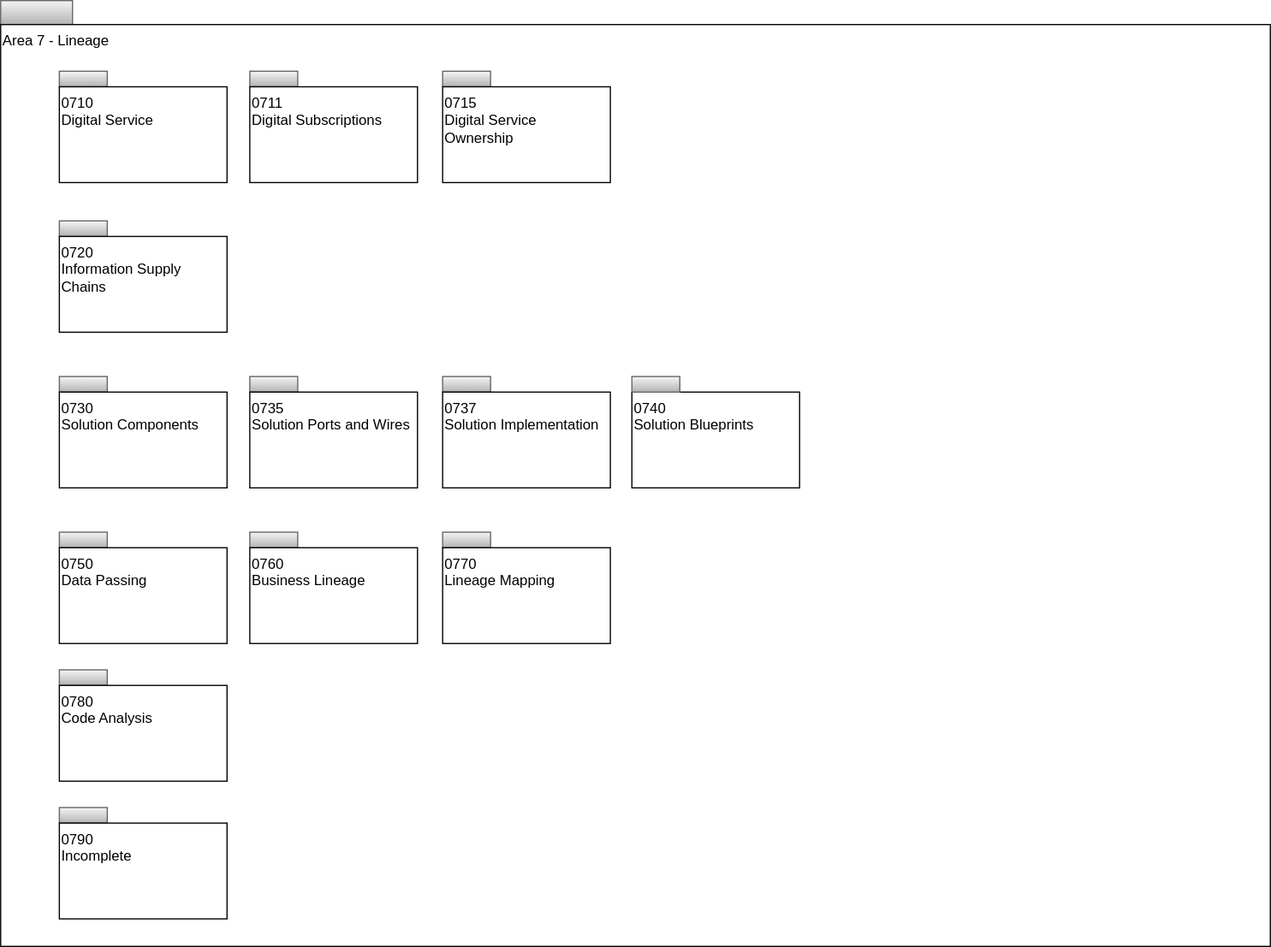
Above: site/docs/types/7/area-7-lineage-overview.svg in odpi/egeria-docs (draw.io), before the change. Source tidied: cells renumbered, new cells last; positions are measured from the earlier drawing's top-left corner, leaving out a move shared by most shapes.
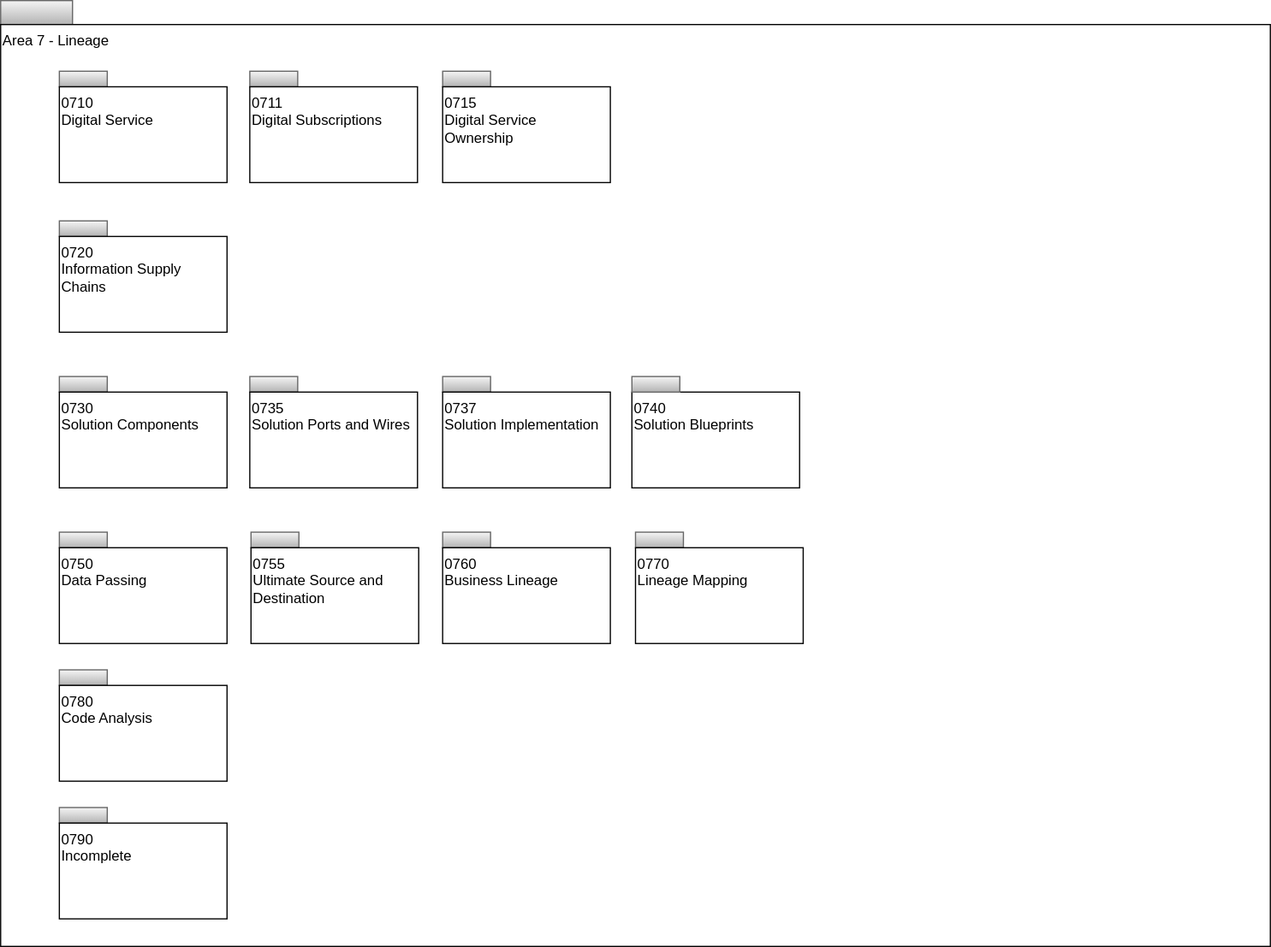
Above is the later version.

The edit, as a diff of the source:
```diff
@@ -57,16 +57,16 @@
       <mxGeometry x="49" y="197" width="140" height="80" as="geometry" />
     </mxCell>
     <mxCell id="20" style="rounded=0;whiteSpace=wrap;html=1;align=left;fillColor=#f5f5f5;strokeColor=#666666;gradientColor=#b3b3b3;" parent="1" vertex="1">
-      <mxGeometry x="208" y="444" width="40" height="13" as="geometry" />
+      <mxGeometry x="369" y="444" width="40" height="13" as="geometry" />
     </mxCell>
     <mxCell id="21" value="0760&lt;br&gt;Business Lineage" style="rounded=0;whiteSpace=wrap;html=1;align=left;verticalAlign=top;" parent="1" vertex="1">
-      <mxGeometry x="208" y="457" width="140" height="80" as="geometry" />
+      <mxGeometry x="369" y="457" width="140" height="80" as="geometry" />
     </mxCell>
     <mxCell id="22" style="rounded=0;whiteSpace=wrap;html=1;align=left;fillColor=#f5f5f5;strokeColor=#666666;gradientColor=#b3b3b3;" parent="1" vertex="1">
-      <mxGeometry x="369" y="444" width="40" height="13" as="geometry" />
+      <mxGeometry x="530" y="444" width="40" height="13" as="geometry" />
     </mxCell>
     <mxCell id="23" value="0770&lt;br&gt;Lineage Mapping" style="rounded=0;whiteSpace=wrap;html=1;align=left;verticalAlign=top;" parent="1" vertex="1">
-      <mxGeometry x="369" y="457" width="140" height="80" as="geometry" />
+      <mxGeometry x="530" y="457" width="140" height="80" as="geometry" />
     </mxCell>
     <mxCell id="24" style="rounded=0;whiteSpace=wrap;html=1;align=left;fillColor=#f5f5f5;strokeColor=#666666;gradientColor=#b3b3b3;" parent="1" vertex="1">
       <mxGeometry x="49" y="559" width="40" height="13" as="geometry" />
@@ -86,5 +86,11 @@
     <mxCell id="29" value="0715&lt;br&gt;Digital Service&lt;br&gt;Ownership" style="rounded=0;whiteSpace=wrap;html=1;align=left;verticalAlign=top;" parent="1" vertex="1">
       <mxGeometry x="369" y="72" width="140" height="80" as="geometry" />
     </mxCell>
+    <mxCell id="30" style="rounded=0;whiteSpace=wrap;html=1;align=left;fillColor=#f5f5f5;strokeColor=#666666;gradientColor=#b3b3b3;" parent="1" vertex="1">
+      <mxGeometry x="209" y="444" width="40" height="13" as="geometry" />
+    </mxCell>
+    <mxCell id="31" value="0755&lt;br&gt;Ultimate Source and Destination" style="rounded=0;whiteSpace=wrap;html=1;align=left;verticalAlign=top;" parent="1" vertex="1">
+      <mxGeometry x="209" y="457" width="140" height="80" as="geometry" />
+    </mxCell>
   </root>
 </mxGraphModel>
```
